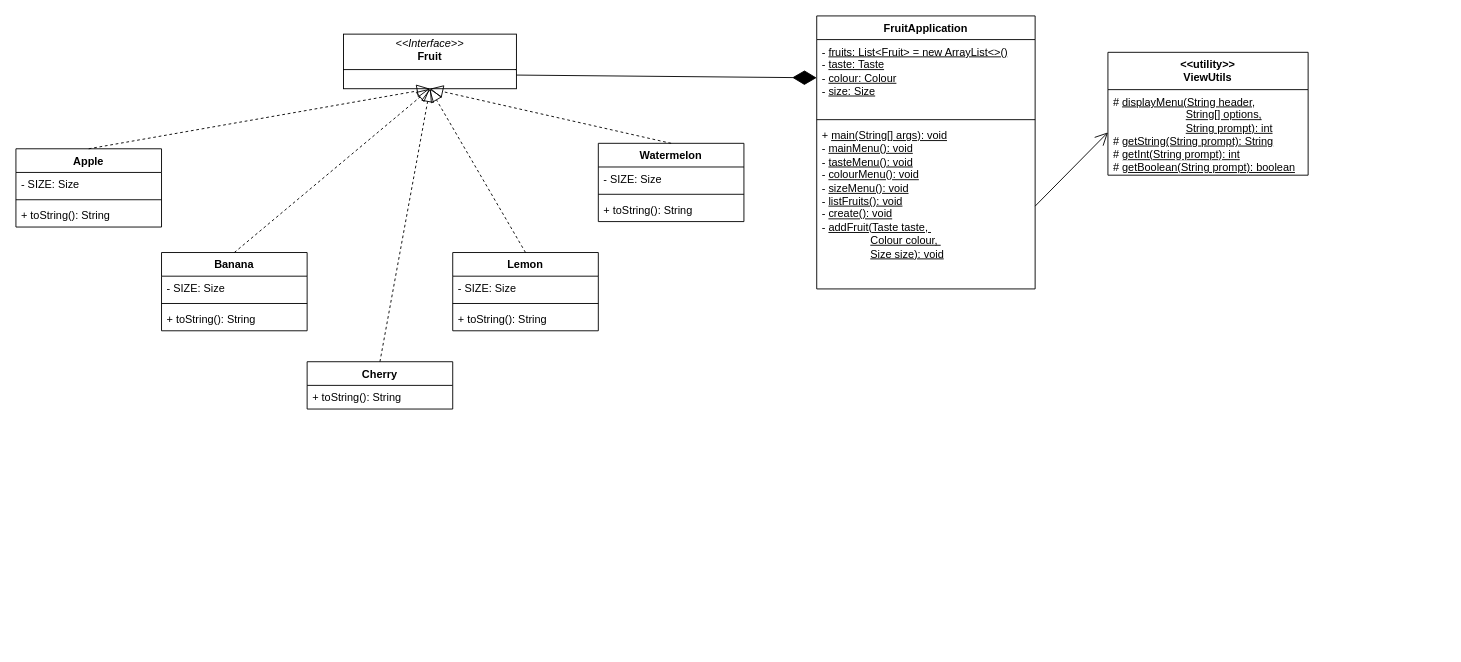
NguyenChHieu/graphs keeps this draw.io diagram as soft2201w4.drawio. Above is the earlier version. Source tidied: cells renumbered, new cells numbered last; positions are measured from the earlier drawing's top-left corner, leaving out a move shared by most shapes. Both pictures are drawn from the tidied source at 91%, with x=0, y=0 at pixel (15, 15).
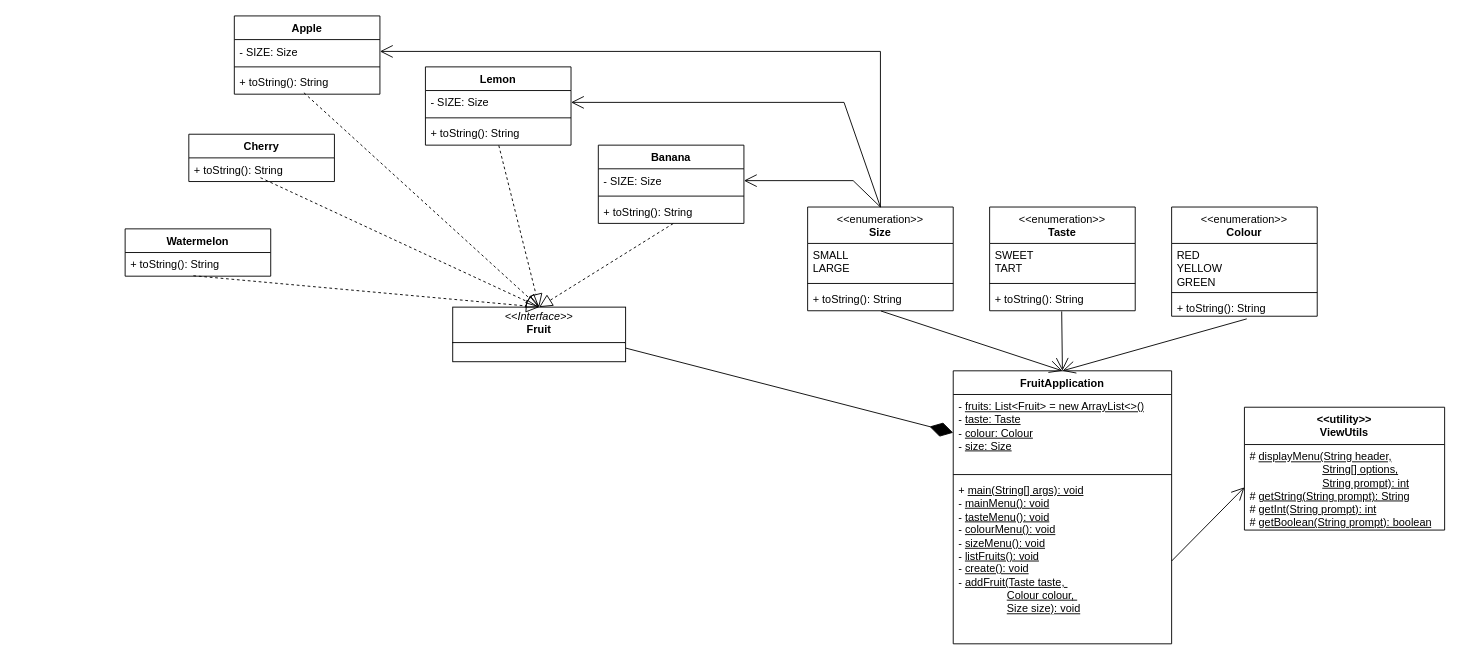
The same page after the edit.

Unchanged cells that the change refers to:
```xml
<mxCell id="4" value="- SIZE: Size" style="text;strokeColor=none;fillColor=none;align=left;verticalAlign=top;spacingLeft=4;spacingRight=4;overflow=hidden;points=[[0,0.5],[1,0.5]];portConstraint=eastwest;whiteSpace=wrap;html=1;" parent="3" vertex="1">
  <mxGeometry y="26" width="160" height="26" as="geometry" />
</mxCell>
<mxCell id="6" value="+ toString(): String" style="text;strokeColor=none;fillColor=none;align=left;verticalAlign=top;spacingLeft=4;spacingRight=4;overflow=hidden;points=[[0,0.5],[1,0.5]];portConstraint=eastwest;whiteSpace=wrap;html=1;" parent="3" vertex="1">
  <mxGeometry y="60" width="160" height="26" as="geometry" />
</mxCell>
<mxCell id="8" value="- SIZE: Size" style="text;strokeColor=none;fillColor=none;align=left;verticalAlign=top;spacingLeft=4;spacingRight=4;overflow=hidden;points=[[0,0.5],[1,0.5]];portConstraint=eastwest;whiteSpace=wrap;html=1;" parent="7" vertex="1">
  <mxGeometry y="26" width="160" height="26" as="geometry" />
</mxCell>
<mxCell id="10" value="+ toString(): String" style="text;strokeColor=none;fillColor=none;align=left;verticalAlign=top;spacingLeft=4;spacingRight=4;overflow=hidden;points=[[0,0.5],[1,0.5]];portConstraint=eastwest;whiteSpace=wrap;html=1;" parent="7" vertex="1">
  <mxGeometry y="60" width="160" height="26" as="geometry" />
</mxCell>
<mxCell id="12" value="+ toString(): String" style="text;strokeColor=none;fillColor=none;align=left;verticalAlign=top;spacingLeft=4;spacingRight=4;overflow=hidden;points=[[0,0.5],[1,0.5]];portConstraint=eastwest;whiteSpace=wrap;html=1;" parent="11" vertex="1">
  <mxGeometry y="26" width="160" height="26" as="geometry" />
</mxCell>
<mxCell id="14" value="- SIZE: Size" style="text;strokeColor=none;fillColor=none;align=left;verticalAlign=top;spacingLeft=4;spacingRight=4;overflow=hidden;points=[[0,0.5],[1,0.5]];portConstraint=eastwest;whiteSpace=wrap;html=1;" parent="13" vertex="1">
  <mxGeometry y="26" width="160" height="26" as="geometry" />
</mxCell>
<mxCell id="16" value="+ toString(): String" style="text;strokeColor=none;fillColor=none;align=left;verticalAlign=top;spacingLeft=4;spacingRight=4;overflow=hidden;points=[[0,0.5],[1,0.5]];portConstraint=eastwest;whiteSpace=wrap;html=1;" parent="13" vertex="1">
  <mxGeometry y="60" width="160" height="26" as="geometry" />
</mxCell>
```

What changed in the source:
```diff
@@
     <mxCell id="2" value="&lt;p style=&quot;margin:0px;margin-top:4px;text-align:center;&quot;&gt;&lt;i&gt;&amp;lt;&amp;lt;Interface&amp;gt;&amp;gt;&lt;/i&gt;&lt;br&gt;&lt;b&gt;Fruit&lt;/b&gt;&lt;/p&gt;&lt;hr size=&quot;1&quot; style=&quot;border-style:solid;&quot;&gt;&lt;p style=&quot;margin:0px;margin-left:4px;&quot;&gt;&lt;/p&gt;&lt;p style=&quot;margin:0px;margin-left:4px;&quot;&gt;&lt;br&gt;&lt;/p&gt;" style="verticalAlign=top;align=left;overflow=fill;html=1;whiteSpace=wrap;" parent="1" vertex="1">
-      <mxGeometry x="360" y="20" width="190" height="60" as="geometry" />
+      <mxGeometry x="480" y="320" width="190" height="60" as="geometry" />
     </mxCell>
     <mxCell id="3" value="Apple" style="swimlane;fontStyle=1;align=center;verticalAlign=top;horizontal=1;startSize=26;whiteSpace=wrap;html=1;" parent="1" vertex="1">
-      <mxGeometry y="146" width="160" height="86" as="geometry" />
+      <mxGeometry x="240" width="160" height="86" as="geometry" />
     </mxCell>
@@
     <mxCell id="7" value="Banana" style="swimlane;fontStyle=1;align=center;verticalAlign=top;horizontal=1;startSize=26;whiteSpace=wrap;html=1;" parent="1" vertex="1">
-      <mxGeometry x="160" y="260" width="160" height="86" as="geometry" />
+      <mxGeometry x="640" y="142" width="160" height="86" as="geometry" />
     </mxCell>
@@
     <mxCell id="11" value="Cherry" style="swimlane;fontStyle=1;align=center;verticalAlign=top;horizontal=1;startSize=26;whiteSpace=wrap;html=1;" parent="1" vertex="1">
-      <mxGeometry x="320" y="380" width="160" height="52" as="geometry" />
+      <mxGeometry x="190" y="130" width="160" height="52" as="geometry" />
     </mxCell>
@@
     <mxCell id="13" value="Lemon" style="swimlane;fontStyle=1;align=center;verticalAlign=top;horizontal=1;startSize=26;whiteSpace=wrap;html=1;" parent="1" vertex="1">
-      <mxGeometry x="480" y="260" width="160" height="86" as="geometry" />
+      <mxGeometry x="450" y="56" width="160" height="86" as="geometry" />
     </mxCell>
@@
-    <mxCell id="17" style="endArrow=block;dashed=1;endFill=0;endSize=12;html=1;rounded=0;exitX=0.5;exitY=0;exitDx=0;exitDy=0;entryX=0.5;entryY=1;entryDx=0;entryDy=0;" parent="1" edge="1" source="3" target="2">
+    <mxCell id="17" style="endArrow=block;dashed=1;endFill=0;endSize=12;html=1;rounded=0;exitX=0.478;exitY=0.94;exitDx=0;exitDy=0;entryX=0.5;entryY=0;entryDx=0;entryDy=0;exitPerimeter=0;" parent="1" edge="1" source="6" target="2">
       <mxGeometry relative="1" as="geometry" />
     </mxCell>
-    <mxCell id="18" style="endArrow=block;dashed=1;endFill=0;endSize=12;html=1;rounded=0;exitX=0.5;exitY=0;exitDx=0;exitDy=0;entryX=0.5;entryY=1;entryDx=0;entryDy=0;" parent="1" edge="1" source="7" target="2">
+    <mxCell id="18" style="endArrow=block;dashed=1;endFill=0;endSize=12;html=1;rounded=0;exitX=0.514;exitY=1.008;exitDx=0;exitDy=0;entryX=0.5;entryY=0;entryDx=0;entryDy=0;exitPerimeter=0;" parent="1" edge="1" source="10" target="2">
       <mxGeometry relative="1" as="geometry" />
     </mxCell>
-    <mxCell id="19" style="endArrow=block;dashed=1;endFill=0;endSize=12;html=1;rounded=0;exitX=0.5;exitY=0;exitDx=0;exitDy=0;entryX=0.5;entryY=1;entryDx=0;entryDy=0;" parent="1" edge="1" source="11" target="2">
+    <mxCell id="19" style="endArrow=block;dashed=1;endFill=0;endSize=12;html=1;rounded=0;exitX=0.492;exitY=0.837;exitDx=0;exitDy=0;entryX=0.5;entryY=0;entryDx=0;entryDy=0;exitPerimeter=0;" parent="1" edge="1" source="12" target="2">
       <mxGeometry relative="1" as="geometry" />
     </mxCell>
-    <mxCell id="20" style="endArrow=block;dashed=1;endFill=0;endSize=12;html=1;rounded=0;exitX=0.5;exitY=0;exitDx=0;exitDy=0;entryX=0.5;entryY=1;entryDx=0;entryDy=0;" parent="1" edge="1" source="13" target="2">
+    <mxCell id="20" style="endArrow=block;dashed=1;endFill=0;endSize=12;html=1;rounded=0;exitX=0.504;exitY=1.013;exitDx=0;exitDy=0;entryX=0.5;entryY=0;entryDx=0;entryDy=0;exitPerimeter=0;" parent="1" edge="1" source="16" target="2">
       <mxGeometry relative="1" as="geometry" />
     </mxCell>
     <mxCell id="21" value="Watermelon" style="swimlane;fontStyle=1;align=center;verticalAlign=top;horizontal=1;startSize=26;whiteSpace=wrap;html=1;" parent="1" vertex="1">
-      <mxGeometry x="640" y="140" width="160" height="86" as="geometry" />
+      <mxGeometry x="120" y="234" width="160" height="52" as="geometry" />
     </mxCell>
-    <mxCell id="22" value="- SIZE: Size" style="text;strokeColor=none;fillColor=none;align=left;verticalAlign=top;spacingLeft=4;spacingRight=4;overflow=hidden;whiteSpace=wrap;html=1;" parent="21" vertex="1">
-      <mxGeometry y="26" width="160" height="26" as="geometry" />
-    </mxCell>
-    <mxCell id="23" style="line;strokeWidth=1;fillColor=none;align=left;verticalAlign=middle;spacingTop=-1;spacingLeft=3;spacingRight=3;labelPosition=right;strokeColor=inherit;" parent="21" vertex="1">
-      <mxGeometry y="52" width="160" height="8" as="geometry" />
-    </mxCell>
     <mxCell id="24" value="+ toString(): String" style="text;strokeColor=none;fillColor=none;align=left;verticalAlign=top;spacingLeft=4;spacingRight=4;overflow=hidden;points=[[0,0.5],[1,0.5]];portConstraint=eastwest;whiteSpace=wrap;html=1;" parent="21" vertex="1">
-      <mxGeometry y="60" width="160" height="26" as="geometry" />
+      <mxGeometry y="26" width="160" height="26" as="geometry" />
     </mxCell>
-    <mxCell id="25" style="endArrow=block;dashed=1;endFill=0;endSize=12;html=1;rounded=0;exitX=0.5;exitY=0;exitDx=0;exitDy=0;entryX=0.5;entryY=1;entryDx=0;entryDy=0;" parent="1" edge="1" source="21" target="2">
+    <mxCell id="25" style="endArrow=block;dashed=1;endFill=0;endSize=12;html=1;rounded=0;exitX=0.469;exitY=0.981;exitDx=0;exitDy=0;entryX=0.5;entryY=0;entryDx=0;entryDy=0;exitPerimeter=0;" parent="1" edge="1" source="24" target="2">
       <mxGeometry relative="1" as="geometry" />
     </mxCell>
     <mxCell id="26" value="FruitApplication" style="swimlane;fontStyle=1;align=center;verticalAlign=top;horizontal=1;startSize=26;whiteSpace=wrap;html=1;" parent="1" vertex="1">
-      <mxGeometry x="880" width="240" height="300" as="geometry" />
+      <mxGeometry x="1030" y="390" width="240" height="300" as="geometry" />
     </mxCell>
@@
     <mxCell id="30" value="&lt;div style=&quot;text-align: left;&quot;&gt;&lt;span style=&quot;background-color: initial; text-align: center;&quot;&gt;&amp;lt;&amp;lt;utility&amp;gt;&amp;gt;&lt;/span&gt;&lt;/div&gt;&lt;div style=&quot;text-align: left;&quot;&gt;&lt;span style=&quot;background-color: initial; text-align: center;&quot;&gt;&amp;nbsp;ViewUtils&lt;/span&gt;&lt;br&gt;&lt;/div&gt;" style="swimlane;fontStyle=1;align=center;verticalAlign=top;horizontal=1;startSize=41;whiteSpace=wrap;html=1;" parent="1" vertex="1">
-      <mxGeometry x="1200" y="40" width="220" height="135" as="geometry" />
+      <mxGeometry x="1350" y="430" width="220" height="135" as="geometry" />
     </mxCell>
@@
+    <mxCell id="34" value="&lt;div&gt;&lt;span style=&quot;font-weight: normal;&quot;&gt;&amp;lt;&amp;lt;enumeration&amp;gt;&amp;gt;&lt;/span&gt;&lt;/div&gt;Taste" style="swimlane;fontStyle=1;align=center;verticalAlign=top;horizontal=1;startSize=40;whiteSpace=wrap;html=1;" parent="1" vertex="1">
+      <mxGeometry x="1070" y="210" width="160" height="114" as="geometry" />
+    </mxCell>
+    <mxCell id="35" value="SWEET&lt;div&gt;TART&lt;/div&gt;" style="text;strokeColor=none;fillColor=none;align=left;verticalAlign=top;spacingLeft=4;spacingRight=4;overflow=hidden;whiteSpace=wrap;html=1;" parent="34" vertex="1">
+      <mxGeometry y="40" width="160" height="40" as="geometry" />
+    </mxCell>
+    <mxCell id="36" style="line;strokeWidth=1;fillColor=none;align=left;verticalAlign=middle;spacingTop=-1;spacingLeft=3;spacingRight=3;labelPosition=right;strokeColor=inherit;" parent="34" vertex="1">
+      <mxGeometry y="80" width="160" height="8" as="geometry" />
+    </mxCell>
+    <mxCell id="37" value="+ toString(): String" style="text;strokeColor=none;fillColor=none;align=left;verticalAlign=top;spacingLeft=4;spacingRight=4;overflow=hidden;points=[[0,0.5],[1,0.5]];portConstraint=eastwest;whiteSpace=wrap;html=1;" parent="34" vertex="1">
+      <mxGeometry y="88" width="160" height="26" as="geometry" />
+    </mxCell>
+    <mxCell id="38" value="&lt;div&gt;&lt;span style=&quot;font-weight: normal;&quot;&gt;&amp;lt;&amp;lt;enumeration&amp;gt;&amp;gt;&lt;/span&gt;&lt;/div&gt;&lt;div&gt;Size&lt;/div&gt;" style="swimlane;fontStyle=1;align=center;verticalAlign=top;horizontal=1;startSize=40;whiteSpace=wrap;html=1;" parent="1" vertex="1">
+      <mxGeometry x="870" y="210" width="160" height="114" as="geometry" />
+    </mxCell>
+    <mxCell id="39" value="SMALL&lt;div&gt;LARGE&lt;/div&gt;" style="text;strokeColor=none;fillColor=none;align=left;verticalAlign=top;spacingLeft=4;spacingRight=4;overflow=hidden;whiteSpace=wrap;html=1;" parent="38" vertex="1">
+      <mxGeometry y="40" width="160" height="40" as="geometry" />
+    </mxCell>
+    <mxCell id="40" style="line;strokeWidth=1;fillColor=none;align=left;verticalAlign=middle;spacingTop=-1;spacingLeft=3;spacingRight=3;labelPosition=right;strokeColor=inherit;" parent="38" vertex="1">
+      <mxGeometry y="80" width="160" height="8" as="geometry" />
+    </mxCell>
+    <mxCell id="41" value="+ toString(): String" style="text;strokeColor=none;fillColor=none;align=left;verticalAlign=top;spacingLeft=4;spacingRight=4;overflow=hidden;points=[[0,0.5],[1,0.5]];portConstraint=eastwest;whiteSpace=wrap;html=1;" parent="38" vertex="1">
+      <mxGeometry y="88" width="160" height="26" as="geometry" />
+    </mxCell>
+    <mxCell id="42" value="&lt;div&gt;&lt;span style=&quot;font-weight: normal;&quot;&gt;&amp;lt;&amp;lt;enumeration&amp;gt;&amp;gt;&lt;/span&gt;&lt;/div&gt;&lt;div&gt;Colour&lt;/div&gt;" style="swimlane;fontStyle=1;align=center;verticalAlign=top;horizontal=1;startSize=40;whiteSpace=wrap;html=1;" parent="1" vertex="1">
+      <mxGeometry x="1270" y="210" width="160" height="120" as="geometry" />
+    </mxCell>
+    <mxCell id="43" value="RED&lt;div&gt;YELLOW&lt;/div&gt;&lt;div&gt;GREEN&lt;/div&gt;" style="text;strokeColor=none;fillColor=none;align=left;verticalAlign=top;spacingLeft=4;spacingRight=4;overflow=hidden;whiteSpace=wrap;html=1;" parent="42" vertex="1">
+      <mxGeometry y="40" width="160" height="50" as="geometry" />
+    </mxCell>
+    <mxCell id="44" style="line;strokeWidth=1;fillColor=none;align=left;verticalAlign=middle;spacingTop=-1;spacingLeft=3;spacingRight=3;labelPosition=right;strokeColor=inherit;" parent="42" vertex="1">
+      <mxGeometry y="90" width="160" height="8" as="geometry" />
+    </mxCell>
+    <mxCell id="45" value="+ toString(): String" style="text;strokeColor=none;fillColor=none;align=left;verticalAlign=top;spacingLeft=4;spacingRight=4;overflow=hidden;points=[[0,0.5],[1,0.5]];portConstraint=eastwest;whiteSpace=wrap;html=1;" parent="42" vertex="1">
+      <mxGeometry y="98" width="160" height="22" as="geometry" />
+    </mxCell>
+    <mxCell id="46" style="endArrow=open;endFill=1;endSize=12;html=1;rounded=0;exitX=0.495;exitY=1.027;exitDx=0;exitDy=0;exitPerimeter=0;entryX=0.5;entryY=0;entryDx=0;entryDy=0;" parent="1" edge="1" source="37" target="26">
+      <mxGeometry relative="1" as="geometry" />
+    </mxCell>
+    <mxCell id="47" style="endArrow=open;endFill=1;endSize=12;html=1;rounded=0;exitX=0.516;exitY=1.132;exitDx=0;exitDy=0;exitPerimeter=0;entryX=0.5;entryY=0;entryDx=0;entryDy=0;" parent="1" edge="1" source="45" target="26">
+      <mxGeometry relative="1" as="geometry" />
+    </mxCell>
+    <mxCell id="48" style="endArrow=open;endFill=1;endSize=12;html=1;rounded=0;exitX=0.504;exitY=1.011;exitDx=0;exitDy=0;exitPerimeter=0;entryX=0.5;entryY=0;entryDx=0;entryDy=0;" parent="1" edge="1" source="41" target="26">
+      <mxGeometry relative="1" as="geometry" />
+    </mxCell>
+    <mxCell id="49" style="endArrow=open;endFill=1;endSize=12;html=1;rounded=0;entryX=1;entryY=0.5;entryDx=0;entryDy=0;exitX=0.5;exitY=0;exitDx=0;exitDy=0;" parent="1" edge="1" source="38" target="8">
+      <mxGeometry relative="1" as="geometry">
+        <Array as="points">
+          <mxPoint x="920" y="181" />
+        </Array>
+      </mxGeometry>
+    </mxCell>
+    <mxCell id="50" style="endArrow=open;endFill=1;endSize=12;html=1;rounded=0;entryX=1;entryY=0.5;entryDx=0;entryDy=0;exitX=0.5;exitY=0;exitDx=0;exitDy=0;" parent="1" edge="1" source="38" target="14">
+      <mxGeometry relative="1" as="geometry">
+        <Array as="points">
+          <mxPoint x="910" y="95" />
+        </Array>
+      </mxGeometry>
+    </mxCell>
+    <mxCell id="51" style="endArrow=open;endFill=1;endSize=12;html=1;rounded=0;exitX=0.5;exitY=0;exitDx=0;exitDy=0;entryX=1;entryY=0.5;entryDx=0;entryDy=0;" parent="1" edge="1" source="38" target="4">
+      <mxGeometry relative="1" as="geometry">
+        <Array as="points">
+          <mxPoint x="950" y="39" />
+        </Array>
+      </mxGeometry>
+    </mxCell>
```
